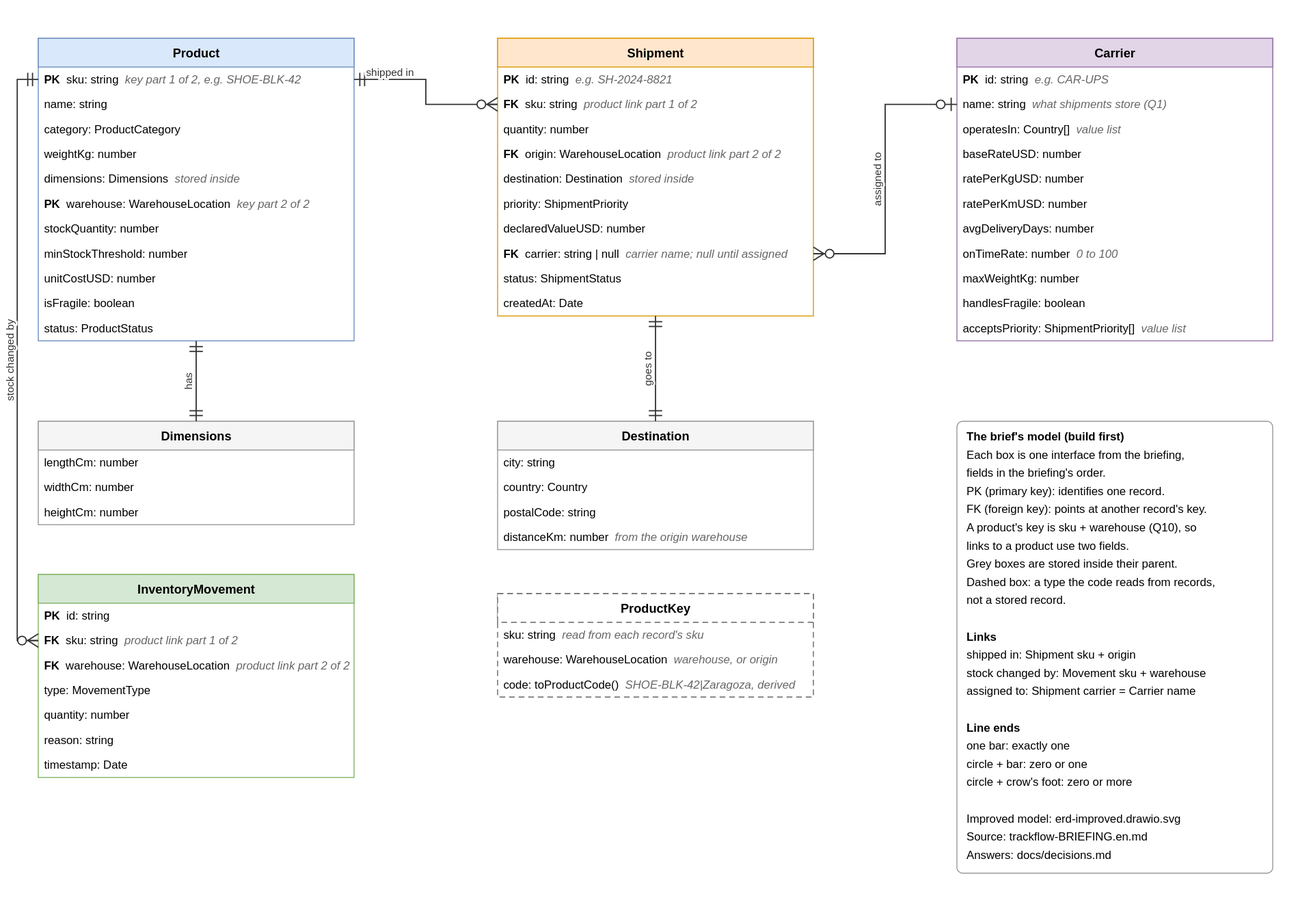
Above: packages/warehouse-logic/docs/erd.drawio.svg in Sun-flow/TrackFlow-Company-Overhaul (draw.io), before the change. Source tidied: cells renumbered, new cells last; positions are measured from the earlier drawing's top-left corner, leaving out a move shared by most shapes.
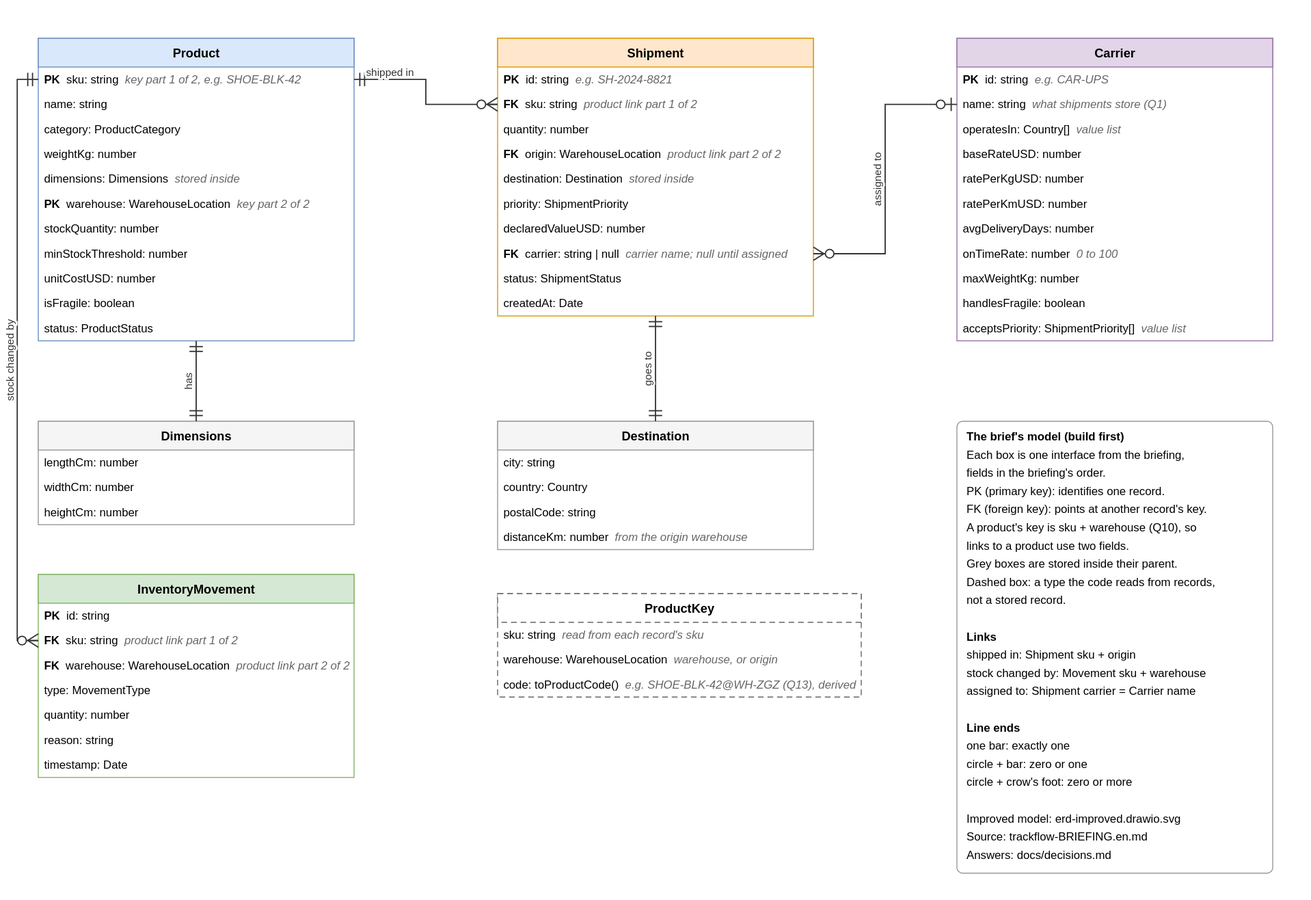
Above is the later version.

Commit message:
Give every record in the improved ERD a single id, as mae asked, so no key needs two parts

The edit, as a diff of the source:
```diff
@@ -159,16 +159,16 @@
       <mxGeometry y="290" width="330" height="26" as="geometry" />
     </mxCell>
     <mxCell id="54" value="ProductKey" style="swimlane;fontStyle=1;horizontal=1;startSize=30;html=1;fillColor=#ffffff;strokeColor=#666666;fontSize=13;dashed=1;" parent="1" vertex="1">
-      <mxGeometry x="502" y="580" width="330" height="108" as="geometry" />
+      <mxGeometry x="502" y="580" width="380" height="108" as="geometry" />
     </mxCell>
     <mxCell id="55" value="sku: string&amp;nbsp;&amp;nbsp;&lt;font color=&quot;#666666&quot;&gt;&lt;i&gt;read from each record&amp;#x27;s sku&lt;/i&gt;&lt;/font&gt;" style="text;strokeColor=none;fillColor=none;align=left;verticalAlign=middle;spacingLeft=6;spacingRight=4;overflow=hidden;html=1;fontSize=12;" parent="54" vertex="1">
-      <mxGeometry y="30" width="330" height="26" as="geometry" />
+      <mxGeometry y="30" width="380" height="26" as="geometry" />
     </mxCell>
     <mxCell id="56" value="warehouse: WarehouseLocation&amp;nbsp;&amp;nbsp;&lt;font color=&quot;#666666&quot;&gt;&lt;i&gt;warehouse, or origin&lt;/i&gt;&lt;/font&gt;" style="text;strokeColor=none;fillColor=none;align=left;verticalAlign=middle;spacingLeft=6;spacingRight=4;overflow=hidden;html=1;fontSize=12;" parent="54" vertex="1">
-      <mxGeometry y="56" width="330" height="26" as="geometry" />
+      <mxGeometry y="56" width="380" height="26" as="geometry" />
     </mxCell>
-    <mxCell id="57" value="code: toProductCode()&amp;nbsp;&amp;nbsp;&lt;font color=&quot;#666666&quot;&gt;&lt;i&gt;SHOE-BLK-42|Zaragoza, derived&lt;/i&gt;&lt;/font&gt;" style="text;strokeColor=none;fillColor=none;align=left;verticalAlign=middle;spacingLeft=6;spacingRight=4;overflow=hidden;html=1;fontSize=12;" parent="54" vertex="1">
-      <mxGeometry y="82" width="330" height="26" as="geometry" />
+    <mxCell id="57" value="code: toProductCode()&amp;nbsp;&amp;nbsp;&lt;font color=&quot;#666666&quot;&gt;&lt;i&gt;e.g. SHOE-BLK-42@WH-ZGZ (Q13), derived&lt;/i&gt;&lt;/font&gt;" style="text;strokeColor=none;fillColor=none;align=left;verticalAlign=middle;spacingLeft=6;spacingRight=4;overflow=hidden;html=1;fontSize=12;" parent="54" vertex="1">
+      <mxGeometry y="82" width="380" height="26" as="geometry" />
     </mxCell>
     <mxCell id="58" value="shipped in" style="edgeStyle=orthogonalEdgeStyle;rounded=0;html=1;endArrow=ERzeroToMany;startArrow=ERmandOne;endFill=0;startFill=0;exitX=1.0000;exitY=0.1361;exitDx=0;exitDy=0;entryX=0.0000;entryY=0.2379;entryDx=0;entryDy=0;fontSize=11;labelBackgroundColor=#ffffff;endSize=10;startSize=10;" parent="1" edge="1" source="2" target="26">
       <mxGeometry relative="1" as="geometry">
```
